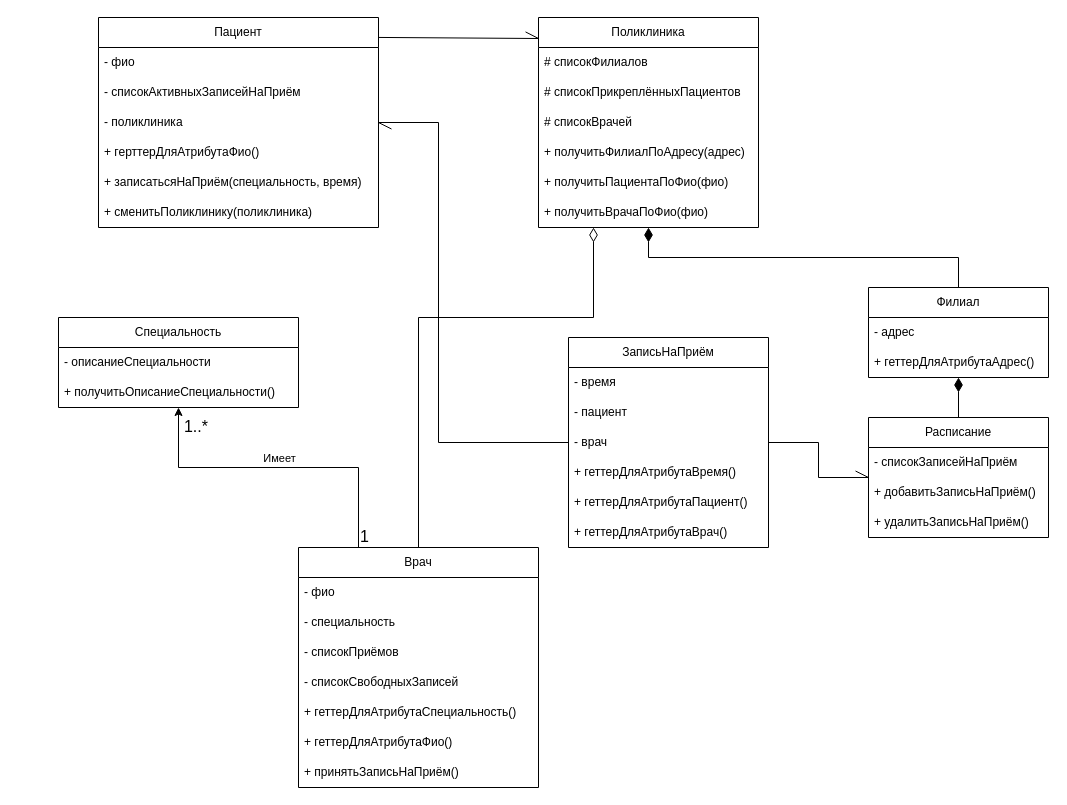
Before: acms5.drawio in v-tempe/draw.io, a draw.io diagram. Source tidied: cells renumbered, new cells numbered last; positions are measured from the earlier drawing's top-left corner, leaving out a move shared by most shapes. Both pictures are drawn from the tidied source at 100%, with x=0, y=0 at pixel (58, 17).
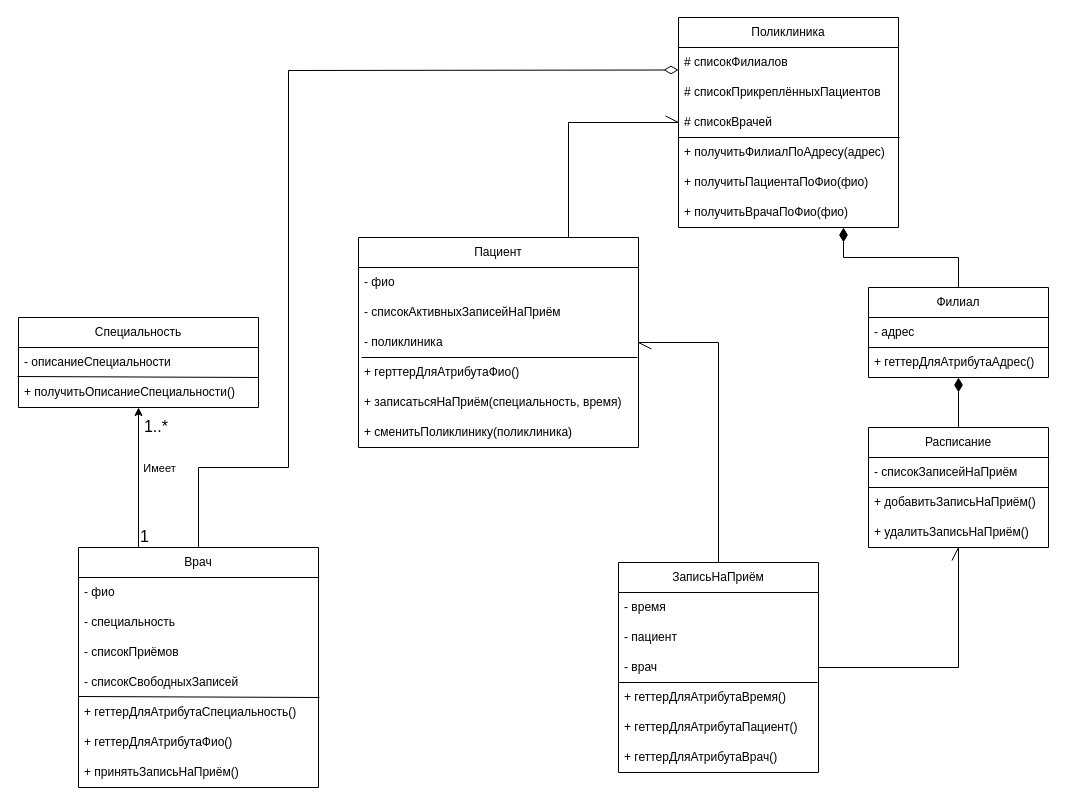
Above is the later version.

Unchanged cells that the change refers to:
```xml
<mxCell id="7" value="+ геттерДляАтрибутаСпециальность()" style="text;strokeColor=none;fillColor=none;align=left;verticalAlign=middle;spacingLeft=4;spacingRight=4;overflow=hidden;points=[[0,0.5],[1,0.5]];portConstraint=eastwest;whiteSpace=wrap;html=1;" parent="2" vertex="1">
  <mxGeometry y="150" width="240" height="30" as="geometry" />
</mxCell>
<mxCell id="17" value="- поликлиника" style="text;strokeColor=none;fillColor=none;align=left;verticalAlign=middle;spacingLeft=4;spacingRight=4;overflow=hidden;points=[[0,0.5],[1,0.5]];portConstraint=eastwest;whiteSpace=wrap;html=1;" parent="14" vertex="1">
  <mxGeometry y="90" width="280" height="30" as="geometry" />
</mxCell>
<mxCell id="24" value="- врач" style="text;strokeColor=none;fillColor=none;align=left;verticalAlign=middle;spacingLeft=4;spacingRight=4;overflow=hidden;points=[[0,0.5],[1,0.5]];portConstraint=eastwest;whiteSpace=wrap;html=1;" parent="21" vertex="1">
  <mxGeometry y="90" width="200" height="30" as="geometry" />
</mxCell>
<mxCell id="25" value="+ геттерДляАтрибутаВремя()" style="text;strokeColor=none;fillColor=none;align=left;verticalAlign=middle;spacingLeft=4;spacingRight=4;overflow=hidden;points=[[0,0.5],[1,0.5]];portConstraint=eastwest;whiteSpace=wrap;html=1;" parent="21" vertex="1">
  <mxGeometry y="120" width="200" height="30" as="geometry" />
</mxCell>
<mxCell id="32" value="+ получитьФилиалПоАдресу(адрес)" style="text;strokeColor=none;fillColor=none;align=left;verticalAlign=middle;spacingLeft=4;spacingRight=4;overflow=hidden;points=[[0,0.5],[1,0.5]];portConstraint=eastwest;whiteSpace=wrap;html=1;" parent="28" vertex="1">
  <mxGeometry y="120" width="220" height="30" as="geometry" />
</mxCell>
<mxCell id="35" value="Филиал" style="swimlane;fontStyle=0;horizontal=1;startSize=30;whiteSpace=wrap;html=1;" parent="1" vertex="1">
  <mxGeometry x="810" y="270" width="180" height="90" as="geometry" />
</mxCell>
```

Diff of the diagram source:
```diff
@@
     <mxCell id="2" value="Врач" style="swimlane;fontStyle=0;horizontal=1;startSize=30;whiteSpace=wrap;html=1;" parent="1" vertex="1">
-      <mxGeometry x="240" y="530" width="240" height="240" as="geometry" />
+      <mxGeometry x="20" y="530" width="240" height="240" as="geometry" />
     </mxCell>
@@
+    <mxCell id="51" style="endArrow=none;html=1;rounded=0;exitX=0.011;exitY=1;exitDx=0;exitDy=0;exitPerimeter=0;entryX=1.004;entryY=0;entryDx=0;entryDy=0;entryPerimeter=0;" parent="2" edge="1" target="7">
+      <mxGeometry relative="1" as="geometry">
+        <mxPoint y="149" as="sourcePoint" />
+      </mxGeometry>
+    </mxCell>
@@
     <mxCell id="10" value="Расписание" style="swimlane;fontStyle=0;horizontal=1;startSize=30;whiteSpace=wrap;html=1;" parent="1" vertex="1">
-      <mxGeometry x="810" y="400" width="180" height="120" as="geometry" />
+      <mxGeometry x="810" y="410" width="180" height="120" as="geometry" />
     </mxCell>
@@
     <mxCell id="14" value="Пациент" style="swimlane;fontStyle=0;horizontal=1;startSize=30;whiteSpace=wrap;html=1;" parent="1" vertex="1">
-      <mxGeometry x="40" width="280" height="210" as="geometry" />
+      <mxGeometry x="300" y="220" width="280" height="210" as="geometry" />
     </mxCell>
@@
+    <mxCell id="52" style="endArrow=none;html=1;rounded=0;exitX=0.011;exitY=1;exitDx=0;exitDy=0;exitPerimeter=0;entryX=0.996;entryY=1;entryDx=0;entryDy=0;entryPerimeter=0;" parent="14" edge="1" source="17" target="17">
+      <mxGeometry relative="1" as="geometry" />
+    </mxCell>
     <mxCell id="21" value="ЗаписьНаПриём" style="swimlane;fontStyle=0;horizontal=1;startSize=30;whiteSpace=wrap;html=1;" parent="1" vertex="1">
-      <mxGeometry x="510" y="320" width="200" height="210" as="geometry" />
+      <mxGeometry x="560" y="545" width="200" height="210" as="geometry" />
     </mxCell>
@@
+    <mxCell id="53" style="endArrow=none;html=1;rounded=0;exitX=0;exitY=1;exitDx=0;exitDy=0;exitPerimeter=0;entryX=0.995;entryY=0;entryDx=0;entryDy=0;entryPerimeter=0;" parent="21" edge="1" source="24" target="25">
+      <mxGeometry relative="1" as="geometry" />
+    </mxCell>
@@
     <mxCell id="28" value="Поликлиника" style="swimlane;fontStyle=0;horizontal=1;startSize=30;whiteSpace=wrap;html=1;" parent="1" vertex="1">
-      <mxGeometry x="480" width="220" height="210" as="geometry" />
+      <mxGeometry x="620" width="220" height="210" as="geometry" />
     </mxCell>
@@
+    <mxCell id="54" style="endArrow=none;html=1;rounded=0;exitX=0.011;exitY=1;exitDx=0;exitDy=0;exitPerimeter=0;entryX=1.005;entryY=0;entryDx=0;entryDy=0;entryPerimeter=0;" parent="28" edge="1" target="32">
+      <mxGeometry relative="1" as="geometry">
+        <mxPoint y="120" as="sourcePoint" />
+      </mxGeometry>
+    </mxCell>
@@
+    <mxCell id="55" style="endArrow=none;html=1;rounded=0;exitX=0;exitY=1;exitDx=0;exitDy=0;exitPerimeter=0;" parent="35" edge="1">
+      <mxGeometry relative="1" as="geometry">
+        <mxPoint y="60" as="sourcePoint" />
+        <mxPoint x="180" y="60" as="targetPoint" />
+      </mxGeometry>
+    </mxCell>
@@
-    <mxCell id="38" style="endArrow=diamondThin;html=1;rounded=0;exitX=0.5;exitY=0;exitDx=0;exitDy=0;entryX=0.5;entryY=1;entryDx=0;entryDy=0;endFill=1;startSize=6;endSize=12;" parent="1" edge="1" source="35" target="28">
+    <mxCell id="38" style="endArrow=diamondThin;html=1;rounded=0;exitX=0.5;exitY=0;exitDx=0;exitDy=0;entryX=0.75;entryY=1;entryDx=0;entryDy=0;endFill=1;startSize=6;endSize=12;" parent="1" edge="1" source="35" target="28">
       <mxGeometry relative="1" as="geometry">
         <Array as="points">
           <mxPoint x="900" y="240" />
-          <mxPoint x="590" y="240" />
+          <mxPoint x="785" y="240" />
         </Array>
       </mxGeometry>
     </mxCell>
@@
-    <mxCell id="40" style="endArrow=diamondThin;html=1;rounded=0;exitX=0.5;exitY=0;exitDx=0;exitDy=0;entryX=0.25;entryY=1;entryDx=0;entryDy=0;endFill=0;endSize=12;" parent="1" edge="1" source="2" target="28">
+    <mxCell id="40" style="endArrow=diamondThin;html=1;rounded=0;exitX=0.5;exitY=0;exitDx=0;exitDy=0;endFill=0;endSize=12;entryX=0;entryY=0.25;entryDx=0;entryDy=0;" parent="1" edge="1" source="2" target="28">
       <mxGeometry relative="1" as="geometry">
         <Array as="points">
-          <mxPoint x="360" y="300" />
-          <mxPoint x="535" y="300" />
+          <mxPoint x="140" y="450" />
+          <mxPoint x="230" y="450" />
+          <mxPoint x="230" y="53" />
         </Array>
       </mxGeometry>
     </mxCell>
     <mxCell id="41" value="Специальность" style="swimlane;fontStyle=0;horizontal=1;startSize=30;whiteSpace=wrap;html=1;" parent="1" vertex="1">
-      <mxGeometry y="300" width="240" height="90" as="geometry" />
+      <mxGeometry x="-40" y="300" width="240" height="90" as="geometry" />
     </mxCell>
@@
+    <mxCell id="56" style="endArrow=none;html=1;rounded=0;exitX=0.011;exitY=1;exitDx=0;exitDy=0;exitPerimeter=0;entryX=1.004;entryY=0;entryDx=0;entryDy=0;entryPerimeter=0;" parent="41" edge="1">
+      <mxGeometry relative="1" as="geometry">
+        <mxPoint x="-1" y="59" as="sourcePoint" />
+        <mxPoint x="240" y="60" as="targetPoint" />
+      </mxGeometry>
+    </mxCell>
@@
     <mxCell id="44" style="endArrow=classic;html=1;rounded=0;entryX=0.5;entryY=1;entryDx=0;entryDy=0;exitX=0.25;exitY=0;exitDx=0;exitDy=0;" parent="1" edge="1" source="2" target="41">
-      <mxGeometry relative="1" as="geometry">
-        <Array as="points">
-          <mxPoint x="300" y="450" />
-          <mxPoint x="120" y="450" />
-        </Array>
-      </mxGeometry>
+      <mxGeometry relative="1" as="geometry" />
     </mxCell>
     <mxCell id="45" value="Имеет" style="edgeLabel;html=1;align=center;verticalAlign=middle;" parent="44" vertex="1">
       <mxGeometry relative="1" as="geometry">
-        <mxPoint y="-10" as="offset" />
+        <mxPoint x="20" y="-10" as="offset" />
       </mxGeometry>
     </mxCell>
@@
-    <mxCell id="48" style="endArrow=openAsync;html=1;rounded=0;exitX=1;exitY=0.5;exitDx=0;exitDy=0;entryX=0;entryY=0.5;entryDx=0;entryDy=0;endFill=0;endSize=12;" parent="1" edge="1" source="21" target="10">
+    <mxCell id="48" style="endArrow=openAsync;html=1;rounded=0;exitX=1;exitY=0.5;exitDx=0;exitDy=0;entryX=0.5;entryY=1;entryDx=0;entryDy=0;endFill=0;endSize=12;" parent="1" edge="1" source="21" target="10">
       <mxGeometry relative="1" as="geometry">
         <Array as="points">
-          <mxPoint x="760" y="425" />
-          <mxPoint x="760" y="460" />
+          <mxPoint x="900" y="650" />
         </Array>
       </mxGeometry>
     </mxCell>
-    <mxCell id="49" style="endArrow=openAsync;html=1;rounded=0;exitX=0;exitY=0.5;exitDx=0;exitDy=0;entryX=1;entryY=0.5;entryDx=0;entryDy=0;endFill=0;endSize=12;" parent="1" edge="1" source="21" target="14">
+    <mxCell id="49" style="endArrow=openAsync;html=1;rounded=0;exitX=0.5;exitY=0;exitDx=0;exitDy=0;entryX=1;entryY=0.5;entryDx=0;entryDy=0;endFill=0;endSize=12;" parent="1" edge="1" source="21" target="14">
       <mxGeometry relative="1" as="geometry">
         <Array as="points">
-          <mxPoint x="380" y="425" />
-          <mxPoint x="380" y="105" />
+          <mxPoint x="660" y="325" />
+          <mxPoint x="590" y="325" />
         </Array>
       </mxGeometry>
     </mxCell>
-    <mxCell id="50" style="endArrow=openAsync;html=1;rounded=0;exitX=1;exitY=0.095;exitDx=0;exitDy=0;exitPerimeter=0;entryX=0;entryY=0.1;entryDx=0;entryDy=0;entryPerimeter=0;endSize=12;endFill=0;" parent="1" edge="1" source="14" target="28">
-      <mxGeometry relative="1" as="geometry" />
+    <mxCell id="50" style="endArrow=openAsync;html=1;rounded=0;exitX=0.75;exitY=0;exitDx=0;exitDy=0;entryX=0;entryY=0.5;entryDx=0;entryDy=0;endFill=0;endSize=12;" parent="1" edge="1" source="14" target="28">
+      <mxGeometry relative="1" as="geometry">
+        <Array as="points">
+          <mxPoint x="510" y="105" />
+        </Array>
+      </mxGeometry>
     </mxCell>
+    <mxCell id="57" style="endArrow=none;html=1;rounded=0;exitX=0;exitY=1;exitDx=0;exitDy=0;exitPerimeter=0;" parent="1" edge="1">
+      <mxGeometry relative="1" as="geometry">
+        <mxPoint x="810" y="470" as="sourcePoint" />
+        <mxPoint x="990" y="470" as="targetPoint" />
+      </mxGeometry>
+    </mxCell>
```
